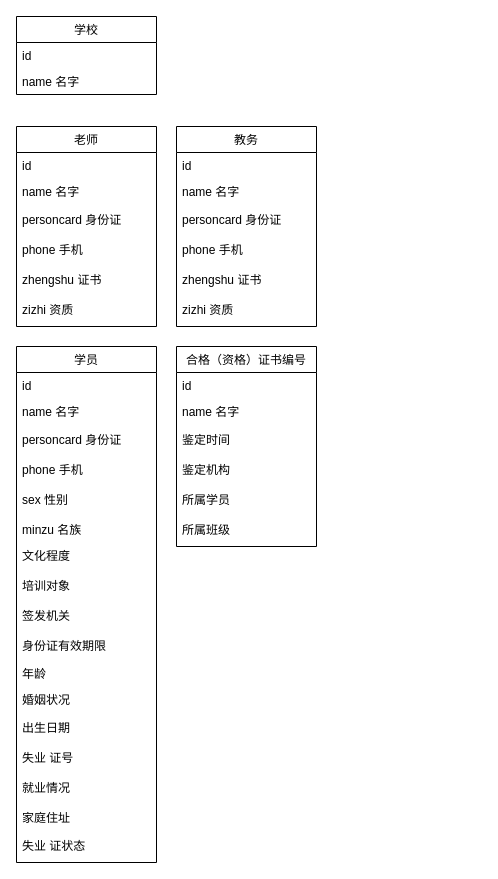
Earlier version of the draw.io diagram 学校数据关系.drawio (ayolyy/draw). Source tidied: cells renumbered, new cells numbered last; positions are measured from the earlier drawing's top-left corner, leaving out a move shared by most shapes. Both pictures are drawn from the tidied source at 100%, with x=0, y=0 at pixel (16, 16).
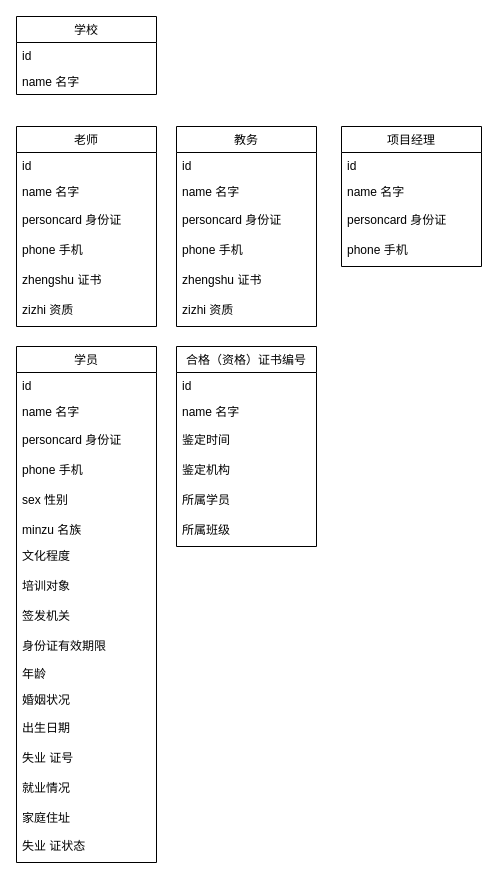
The same diagram, later.

Commit message (it also covers changes not shown here):
更新学校数据关系.drawio

What changed in the source:
```diff
@@
+    <mxCell id="44" value="项目经理" style="swimlane;fontStyle=0;horizontal=1;startSize=26;fillColor=none;" parent="1" vertex="1">
+      <mxGeometry x="325" y="110" width="140" height="140" as="geometry" />
+    </mxCell>
+    <mxCell id="45" value="id" style="text;strokeColor=none;fillColor=none;align=left;verticalAlign=top;spacingLeft=4;spacingRight=4;overflow=hidden;" parent="44" vertex="1">
+      <mxGeometry y="26" width="140" height="26" as="geometry" />
+    </mxCell>
+    <mxCell id="46" value="name 名字" style="text;strokeColor=none;fillColor=none;align=left;verticalAlign=top;spacingLeft=4;spacingRight=4;overflow=hidden;" parent="44" vertex="1">
+      <mxGeometry y="52" width="140" height="28" as="geometry" />
+    </mxCell>
+    <mxCell id="47" value="personcard 身份证" style="text;strokeColor=none;fillColor=none;align=left;verticalAlign=top;spacingLeft=4;spacingRight=4;overflow=hidden;" parent="44" vertex="1">
+      <mxGeometry y="80" width="140" height="30" as="geometry" />
+    </mxCell>
+    <mxCell id="48" value="phone 手机" style="text;strokeColor=none;fillColor=none;align=left;verticalAlign=top;spacingLeft=4;spacingRight=4;overflow=hidden;" parent="44" vertex="1">
+      <mxGeometry y="110" width="140" height="30" as="geometry" />
+    </mxCell>
```
